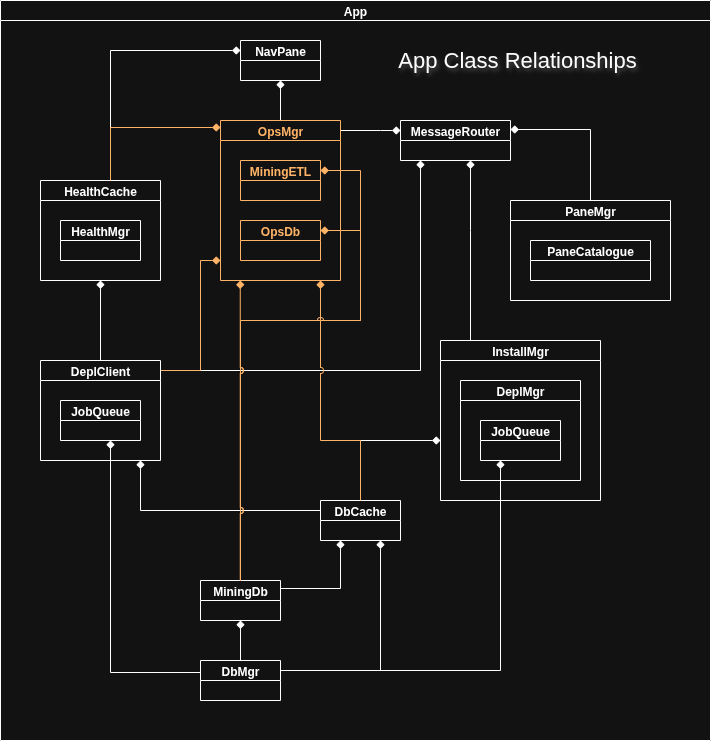
NadimGhaznavi/Db4E keeps this draw.io diagram as images/App-Relationships.png. Above is the earlier version. Source tidied: cells renumbered, new cells last; positions are measured from the earlier drawing's top-left corner, leaving out a move shared by most shapes.
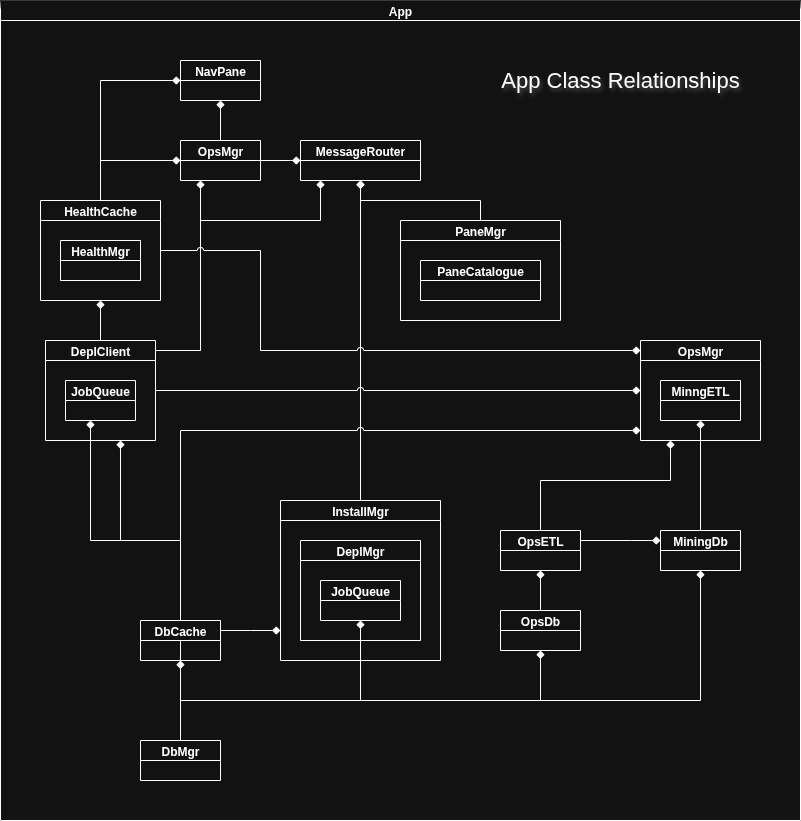
The same diagram one commit later.

Change to the diagram source:
```diff
@@ -2,108 +2,97 @@
   <root>
     <mxCell id="0" />
     <mxCell id="1" parent="0" />
-    <mxCell id="2" value="App" style="swimlane;startSize=20;" parent="1" vertex="1">
-      <mxGeometry width="710" height="740" as="geometry" />
+    <mxCell id="2" value="App" style="swimlane;startSize=20;glass=1;" parent="1" vertex="1">
+      <mxGeometry width="800" height="820" as="geometry" />
     </mxCell>
     <mxCell id="3" style="rounded=0;jettySize=auto;html=1;startArrow=diamond;startFill=1;endArrow=none;endFill=0;edgeStyle=orthogonalEdgeStyle;" parent="2" edge="1" source="28" target="8">
-      <mxGeometry relative="1" as="geometry">
-        <Array as="points">
-          <mxPoint x="470" y="230" />
-          <mxPoint x="470" y="230" />
-        </Array>
-      </mxGeometry>
+      <mxGeometry relative="1" as="geometry" />
     </mxCell>
-    <mxCell id="4" style="rounded=0;jettySize=auto;html=1;startArrow=diamond;startFill=1;endArrow=none;endFill=0;edgeStyle=orthogonalEdgeStyle;" parent="2" edge="1" source="11" target="12">
-      <mxGeometry relative="1" as="geometry" />
-    </mxCell>
-    <mxCell id="5" style="rounded=0;jettySize=auto;html=1;startArrow=diamond;startFill=1;endArrow=none;endFill=0;edgeStyle=orthogonalEdgeStyle;" parent="2" edge="1" source="28" target="12">
-      <mxGeometry relative="1" as="geometry">
-        <Array as="points">
-          <mxPoint x="380" y="130" />
-          <mxPoint x="380" y="130" />
-        </Array>
-      </mxGeometry>
-    </mxCell>
+    <mxCell id="41" style="rounded=0;jettySize=auto;html=1;startArrow=diamond;startFill=1;endArrow=none;endFill=0;edgeStyle=orthogonalEdgeStyle;" parent="2" edge="1" source="11" target="44">
+      <mxGeometry relative="1" as="geometry" />
+    </mxCell>
+    <mxCell id="42" style="rounded=0;jettySize=auto;html=1;startArrow=diamond;startFill=1;endArrow=none;endFill=0;edgeStyle=orthogonalEdgeStyle;" parent="2" edge="1" source="28" target="44">
+      <mxGeometry relative="1" as="geometry">
+        <Array as="points">
+          <mxPoint x="290" y="160" />
+          <mxPoint x="290" y="160" />
+        </Array>
+      </mxGeometry>
+    </mxCell>
     <mxCell id="6" style="rounded=0;jettySize=auto;html=1;startArrow=diamond;startFill=1;endArrow=none;endFill=0;edgeStyle=orthogonalEdgeStyle;" parent="2" edge="1" source="28" target="25">
       <mxGeometry relative="1" as="geometry">
         <Array as="points">
-          <mxPoint x="420" y="370" />
+          <mxPoint x="320" y="220" />
+          <mxPoint x="200" y="220" />
+          <mxPoint x="200" y="350" />
         </Array>
       </mxGeometry>
     </mxCell>
     <mxCell id="7" style="rounded=0;jettySize=auto;html=1;startArrow=diamond;startFill=1;endArrow=none;endFill=0;edgeStyle=orthogonalEdgeStyle;" parent="2" edge="1" source="28" target="29">
-      <mxGeometry relative="1" as="geometry">
-        <Array as="points">
-          <mxPoint x="590" y="129" />
-        </Array>
-      </mxGeometry>
+      <mxGeometry relative="1" as="geometry" />
     </mxCell>
     <mxCell id="8" value="InstallMgr" style="swimlane;startSize=20;" parent="2" vertex="1">
-      <mxGeometry x="440" y="340" width="160" height="160" as="geometry" />
+      <mxGeometry x="280" y="500" width="160" height="160" as="geometry" />
     </mxCell>
     <mxCell id="9" value="DeplMgr" style="swimlane;startSize=20;" parent="8" vertex="1">
       <mxGeometry x="20" y="40" width="120" height="100" as="geometry" />
     </mxCell>
-    <mxCell id="10" value="JobQueue" style="swimlane;startSize=20;" parent="9" vertex="1">
-      <mxGeometry x="20" y="40" width="80" height="40" as="geometry" />
-    </mxCell>
+    <mxCell id="43" value="JobQueue" style="swimlane;startSize=20;" parent="9" vertex="1">
+      <mxGeometry x="20" y="40" width="80" height="40" as="geometry" />
+    </mxCell>
     <mxCell id="11" value="NavPane" style="swimlane;startSize=20;" parent="2" vertex="1">
-      <mxGeometry x="240" y="40" width="80" height="40" as="geometry" />
+      <mxGeometry x="180" y="60" width="80" height="40" as="geometry" />
     </mxCell>
-    <mxCell id="12" value="OpsMgr" style="swimlane;startSize=20;strokeColor=light-dark(#000000,#FFB366);fontColor=light-dark(#000000,#FFB366);" parent="2" vertex="1">
-      <mxGeometry x="220" y="120" width="120" height="160" as="geometry" />
-    </mxCell>
-    <mxCell id="13" value="MiningETL" style="swimlane;startSize=20;strokeColor=light-dark(#000000,#FFB366);fontColor=light-dark(#000000,#FFB366);" parent="12" vertex="1">
-      <mxGeometry x="20" y="40" width="80" height="40" as="geometry" />
-    </mxCell>
-    <mxCell id="14" value="OpsDb" style="swimlane;startSize=20;strokeColor=light-dark(#000000,#FFB366);fontColor=light-dark(#000000,#FFB366);" parent="12" vertex="1">
-      <mxGeometry x="20" y="100" width="80" height="40" as="geometry" />
-    </mxCell>
-    <mxCell id="15" style="rounded=0;jettySize=auto;html=1;startArrow=diamond;startFill=1;endArrow=none;endFill=0;edgeStyle=orthogonalEdgeStyle;" parent="2" edge="1" source="26" target="16">
-      <mxGeometry relative="1" as="geometry">
-        <Array as="points">
-          <mxPoint x="110" y="672" />
-        </Array>
-      </mxGeometry>
-    </mxCell>
+    <mxCell id="44" value="OpsMgr" style="swimlane;startSize=20;" parent="2" vertex="1">
+      <mxGeometry x="180" y="140" width="80" height="40" as="geometry" />
+    </mxCell>
+    <mxCell id="45" style="rounded=0;jettySize=auto;html=1;startArrow=diamond;startFill=1;endArrow=none;endFill=0;edgeStyle=orthogonalEdgeStyle;" parent="2" edge="1" source="49" target="16">
+      <mxGeometry relative="1" as="geometry">
+        <Array as="points">
+          <mxPoint x="90" y="540" />
+          <mxPoint x="180" y="540" />
+        </Array>
+      </mxGeometry>
+    </mxCell>
     <mxCell id="16" value="DbMgr" style="swimlane;startSize=20;" parent="2" vertex="1">
-      <mxGeometry x="200" y="660" width="80" height="40" as="geometry" />
+      <mxGeometry x="140" y="740" width="80" height="40" as="geometry" />
     </mxCell>
-    <mxCell id="17" style="rounded=0;jettySize=auto;html=1;startArrow=diamond;startFill=1;endArrow=none;endFill=0;edgeStyle=orthogonalEdgeStyle;" parent="2" edge="1" source="10" target="16">
-      <mxGeometry relative="1" as="geometry">
-        <Array as="points">
-          <mxPoint x="500" y="670" />
-        </Array>
-      </mxGeometry>
-    </mxCell>
-    <mxCell id="18" style="rounded=0;jettySize=auto;html=1;startArrow=diamond;startFill=1;endArrow=none;endFill=0;edgeStyle=orthogonalEdgeStyle;" parent="2" edge="1" source="19">
-      <mxGeometry relative="1" as="geometry">
-        <mxPoint x="290" y="670" as="targetPoint" />
-        <Array as="points">
-          <mxPoint x="380" y="670" />
-        </Array>
-      </mxGeometry>
-    </mxCell>
+    <mxCell id="46" style="rounded=0;jettySize=auto;html=1;startArrow=diamond;startFill=1;endArrow=none;endFill=0;edgeStyle=orthogonalEdgeStyle;" parent="2" edge="1" source="43" target="16">
+      <mxGeometry relative="1" as="geometry">
+        <Array as="points">
+          <mxPoint x="360" y="700" />
+          <mxPoint x="180" y="700" />
+        </Array>
+      </mxGeometry>
+    </mxCell>
+    <mxCell id="47" style="rounded=0;jettySize=auto;html=1;startArrow=diamond;startFill=1;endArrow=none;endFill=0;edgeStyle=orthogonalEdgeStyle;" parent="2" edge="1" source="19" target="16">
+      <mxGeometry relative="1" as="geometry">
+        <Array as="points">
+          <mxPoint x="180" y="680" />
+          <mxPoint x="180" y="680" />
+        </Array>
+      </mxGeometry>
+    </mxCell>
     <mxCell id="19" value="DbCache" style="swimlane;startSize=20;" parent="2" vertex="1">
-      <mxGeometry x="320" y="500" width="80" height="40" as="geometry" />
+      <mxGeometry x="140" y="620" width="80" height="40" as="geometry" />
     </mxCell>
     <mxCell id="20" style="rounded=0;jettySize=auto;html=1;startArrow=diamond;startFill=1;endArrow=none;endFill=0;edgeStyle=orthogonalEdgeStyle;" parent="2" edge="1" source="25" target="19">
       <mxGeometry relative="1" as="geometry">
         <Array as="points">
-          <mxPoint x="140" y="510" />
+          <mxPoint x="120" y="540" />
+          <mxPoint x="180" y="540" />
         </Array>
       </mxGeometry>
     </mxCell>
-    <mxCell id="21" style="rounded=0;jettySize=auto;html=1;startArrow=diamond;startFill=1;endArrow=none;endFill=0;edgeStyle=orthogonalEdgeStyle;strokeColor=light-dark(#000000,#FFB366);" parent="2" edge="1" source="12" target="25">
-      <mxGeometry relative="1" as="geometry">
-        <Array as="points">
-          <mxPoint x="200" y="260" />
-          <mxPoint x="200" y="370" />
-        </Array>
-      </mxGeometry>
-    </mxCell>
+    <mxCell id="48" style="rounded=0;jettySize=auto;html=1;startArrow=diamond;startFill=1;endArrow=none;endFill=0;edgeStyle=orthogonalEdgeStyle;" parent="2" edge="1" source="44" target="25">
+      <mxGeometry relative="1" as="geometry">
+        <Array as="points">
+          <mxPoint x="200" y="350" />
+        </Array>
+      </mxGeometry>
+    </mxCell>
     <mxCell id="22" value="HealthCache" style="swimlane;startSize=20;" parent="2" vertex="1">
-      <mxGeometry x="40" y="180" width="120" height="100" as="geometry" />
+      <mxGeometry x="40" y="200" width="120" height="100" as="geometry" />
     </mxCell>
     <mxCell id="23" value="HealthMgr" style="swimlane;startSize=20;" parent="22" vertex="1">
       <mxGeometry x="20" y="40" width="80" height="40" as="geometry" />
@@ -112,97 +101,112 @@
       <mxGeometry relative="1" as="geometry" />
     </mxCell>
     <mxCell id="25" value="DeplClient" style="swimlane;startSize=20;" parent="2" vertex="1">
-      <mxGeometry x="40" y="360" width="120" height="100" as="geometry" />
+      <mxGeometry x="45" y="340" width="110" height="100" as="geometry" />
     </mxCell>
-    <mxCell id="26" value="JobQueue" style="swimlane;startSize=20;" parent="25" vertex="1">
-      <mxGeometry x="20" y="40" width="80" height="40" as="geometry" />
-    </mxCell>
+    <mxCell id="49" value="JobQueue" style="swimlane;startSize=20;" parent="25" vertex="1">
+      <mxGeometry x="20" y="40" width="70" height="40" as="geometry" />
+    </mxCell>
     <mxCell id="27" style="rounded=0;jettySize=auto;html=1;startArrow=diamond;startFill=1;endArrow=none;endFill=0;edgeStyle=orthogonalEdgeStyle;" parent="2" edge="1" source="11" target="22">
-      <mxGeometry relative="1" as="geometry">
-        <Array as="points">
-          <mxPoint x="110" y="50" />
-        </Array>
-      </mxGeometry>
+      <mxGeometry relative="1" as="geometry" />
     </mxCell>
     <mxCell id="28" value="MessageRouter" style="swimlane;startSize=20;" parent="2" vertex="1">
-      <mxGeometry x="400" y="120" width="110" height="40" as="geometry" />
+      <mxGeometry x="300" y="140" width="120" height="40" as="geometry" />
     </mxCell>
     <mxCell id="29" value="PaneMgr" style="swimlane;startSize=20;" parent="2" vertex="1">
-      <mxGeometry x="510" y="200" width="160" height="100" as="geometry" />
+      <mxGeometry x="400" y="220" width="160" height="100" as="geometry" />
     </mxCell>
     <mxCell id="30" value="PaneCatalogue" style="swimlane;startSize=20;" parent="29" vertex="1">
       <mxGeometry x="20" y="40" width="120" height="40" as="geometry" />
     </mxCell>
     <mxCell id="31" value="App Class Relationships" style="text;html=1;align=center;verticalAlign=middle;whiteSpace=wrap;rounded=0;textShadow=1;fontSize=22;" parent="2" vertex="1">
-      <mxGeometry x="377" y="45" width="280" height="30" as="geometry" />
+      <mxGeometry x="480" y="65" width="280" height="30" as="geometry" />
     </mxCell>
-    <mxCell id="32" style="rounded=0;jettySize=auto;html=1;startArrow=diamond;startFill=1;endArrow=none;endFill=0;edgeStyle=orthogonalEdgeStyle;strokeColor=light-dark(#000000,#FFB366);" parent="2" edge="1" source="12" target="22">
-      <mxGeometry relative="1" as="geometry">
-        <Array as="points">
-          <mxPoint x="110" y="127" />
-        </Array>
-      </mxGeometry>
-    </mxCell>
+    <mxCell id="50" style="rounded=0;jettySize=auto;html=1;startArrow=diamond;startFill=1;endArrow=none;endFill=0;edgeStyle=orthogonalEdgeStyle;" parent="2" edge="1" source="44" target="22">
+      <mxGeometry relative="1" as="geometry" />
+    </mxCell>
     <mxCell id="33" style="rounded=0;jettySize=auto;html=1;startArrow=diamond;startFill=1;endArrow=none;endFill=0;edgeStyle=orthogonalEdgeStyle;" parent="2" edge="1" source="8" target="19">
       <mxGeometry relative="1" as="geometry">
         <Array as="points">
-          <mxPoint x="360" y="440" />
+          <mxPoint x="250" y="630" />
+          <mxPoint x="250" y="630" />
         </Array>
       </mxGeometry>
     </mxCell>
+    <mxCell id="51" value="OpsMgr" style="swimlane;startSize=20;" parent="2" vertex="1">
+      <mxGeometry x="640" y="340" width="120" height="100" as="geometry" />
+    </mxCell>
+    <mxCell id="52" value="MinngETL" style="swimlane;startSize=20;" parent="51" vertex="1">
+      <mxGeometry x="20" y="40" width="80" height="40" as="geometry" />
+    </mxCell>
+    <mxCell id="53" style="rounded=0;jettySize=auto;html=1;startArrow=diamond;startFill=1;endArrow=none;endFill=0;edgeStyle=orthogonalEdgeStyle;" parent="2" edge="1" source="14" target="16">
+      <mxGeometry relative="1" as="geometry">
+        <Array as="points">
+          <mxPoint x="540" y="700" />
+          <mxPoint x="180" y="700" />
+        </Array>
+      </mxGeometry>
+    </mxCell>
+    <mxCell id="36" value="MiningDb" style="swimlane;startSize=20;" parent="2" vertex="1">
+      <mxGeometry x="660" y="530" width="80" height="40" as="geometry" />
+    </mxCell>
+    <mxCell id="54" style="rounded=0;jettySize=auto;html=1;startArrow=diamond;startFill=1;endArrow=none;endFill=0;edgeStyle=orthogonalEdgeStyle;" parent="2" edge="1" source="52" target="36">
+      <mxGeometry relative="1" as="geometry" />
+    </mxCell>
     <mxCell id="34" style="rounded=0;jettySize=auto;html=1;startArrow=diamond;startFill=1;endArrow=none;endFill=0;edgeStyle=orthogonalEdgeStyle;" parent="2" edge="1" source="36" target="16">
       <mxGeometry relative="1" as="geometry">
         <Array as="points">
-          <mxPoint x="250" y="680" />
-          <mxPoint x="250" y="680" />
+          <mxPoint x="700" y="700" />
+          <mxPoint x="180" y="700" />
         </Array>
       </mxGeometry>
     </mxCell>
-    <mxCell id="35" style="rounded=0;jettySize=auto;html=1;startArrow=diamond;startFill=1;endArrow=none;endFill=0;edgeStyle=orthogonalEdgeStyle;jumpStyle=arc;strokeColor=light-dark(#000000,#FFB366);" parent="2" edge="1" source="12" target="19">
-      <mxGeometry relative="1" as="geometry">
-        <Array as="points">
-          <mxPoint x="320" y="440" />
-          <mxPoint x="360" y="440" />
-        </Array>
-      </mxGeometry>
-    </mxCell>
-    <mxCell id="36" value="MiningDb" style="swimlane;startSize=20;" parent="2" vertex="1">
-      <mxGeometry x="200" y="580" width="80" height="40" as="geometry" />
-    </mxCell>
-    <mxCell id="37" style="rounded=0;jettySize=auto;html=1;startArrow=diamond;startFill=1;endArrow=none;endFill=0;edgeStyle=orthogonalEdgeStyle;jumpStyle=arc;strokeColor=light-dark(#000000,#FFB366);" parent="2" edge="1" source="13" target="36">
-      <mxGeometry relative="1" as="geometry">
-        <Array as="points">
-          <mxPoint x="360" y="170" />
-          <mxPoint x="360" y="320" />
-          <mxPoint x="240" y="320" />
-        </Array>
-      </mxGeometry>
-    </mxCell>
-    <mxCell id="38" style="rounded=0;jettySize=auto;html=1;startArrow=diamond;startFill=1;endArrow=none;endFill=0;edgeStyle=orthogonalEdgeStyle;" parent="2" edge="1" source="19" target="36">
-      <mxGeometry relative="1" as="geometry">
-        <Array as="points">
-          <mxPoint x="340" y="588" />
-        </Array>
-      </mxGeometry>
-    </mxCell>
-    <mxCell id="39" style="rounded=0;orthogonalLoop=1;jettySize=auto;html=1;startArrow=diamond;startFill=1;endArrow=none;endFill=0;edgeStyle=orthogonalEdgeStyle;jumpStyle=arc;strokeColor=light-dark(#000000,#FFB366);" parent="2" edge="1">
-      <mxGeometry relative="1" as="geometry">
-        <mxPoint x="239.8" y="280" as="sourcePoint" />
-        <mxPoint x="239.8" y="580" as="targetPoint" />
-        <Array as="points">
-          <mxPoint x="239.8" y="430" />
-          <mxPoint x="239.8" y="430" />
-        </Array>
-      </mxGeometry>
-    </mxCell>
-    <mxCell id="40" style="rounded=0;jettySize=auto;html=1;startArrow=diamond;startFill=1;endArrow=none;endFill=0;edgeStyle=orthogonalEdgeStyle;strokeColor=light-dark(#000000,#FFB366);" parent="2" edge="1" source="14" target="36">
-      <mxGeometry relative="1" as="geometry">
-        <Array as="points">
-          <mxPoint x="360" y="230" />
-          <mxPoint x="360" y="320" />
-          <mxPoint x="240" y="320" />
-        </Array>
-      </mxGeometry>
-    </mxCell>
+    <mxCell id="14" value="OpsDb" style="swimlane;startSize=20;" parent="2" vertex="1">
+      <mxGeometry x="500" y="610" width="80" height="40" as="geometry" />
+    </mxCell>
+    <mxCell id="55" value="OpsETL" style="swimlane;startSize=20;" parent="2" vertex="1">
+      <mxGeometry x="500" y="530" width="80" height="40" as="geometry" />
+    </mxCell>
+    <mxCell id="56" style="rounded=0;jettySize=auto;html=1;startArrow=diamond;startFill=1;endArrow=none;endFill=0;edgeStyle=orthogonalEdgeStyle;" parent="2" edge="1" source="55" target="14">
+      <mxGeometry relative="1" as="geometry" />
+    </mxCell>
+    <mxCell id="57" style="rounded=0;jettySize=auto;html=1;startArrow=diamond;startFill=1;endArrow=none;endFill=0;edgeStyle=orthogonalEdgeStyle;jumpStyle=arc;" parent="2" edge="1" source="51" target="22">
+      <mxGeometry relative="1" as="geometry">
+        <Array as="points">
+          <mxPoint x="260" y="350" />
+          <mxPoint x="260" y="250" />
+        </Array>
+      </mxGeometry>
+    </mxCell>
+    <mxCell id="58" style="rounded=0;jettySize=auto;html=1;startArrow=diamond;startFill=1;endArrow=none;endFill=0;edgeStyle=orthogonalEdgeStyle;jumpStyle=arc;" parent="2" edge="1" source="51" target="25">
+      <mxGeometry relative="1" as="geometry">
+        <Array as="points">
+          <mxPoint x="400" y="390" />
+          <mxPoint x="400" y="390" />
+        </Array>
+      </mxGeometry>
+    </mxCell>
+    <mxCell id="59" style="rounded=0;jettySize=auto;html=1;startArrow=diamond;startFill=1;endArrow=none;endFill=0;edgeStyle=orthogonalEdgeStyle;jumpStyle=arc;" parent="2" edge="1" source="51" target="19">
+      <mxGeometry relative="1" as="geometry">
+        <Array as="points">
+          <mxPoint x="180" y="430" />
+        </Array>
+      </mxGeometry>
+    </mxCell>
+    <mxCell id="60" style="rounded=0;jettySize=auto;html=1;startArrow=diamond;startFill=1;endArrow=none;endFill=0;edgeStyle=orthogonalEdgeStyle;" parent="2" edge="1" source="51" target="55">
+      <mxGeometry relative="1" as="geometry">
+        <Array as="points">
+          <mxPoint x="670" y="480" />
+          <mxPoint x="540" y="480" />
+        </Array>
+      </mxGeometry>
+    </mxCell>
+    <mxCell id="61" style="rounded=0;jettySize=auto;html=1;startArrow=diamond;startFill=1;endArrow=none;endFill=0;edgeStyle=orthogonalEdgeStyle;" parent="2" edge="1" source="36" target="55">
+      <mxGeometry relative="1" as="geometry">
+        <Array as="points">
+          <mxPoint x="630" y="540" />
+          <mxPoint x="630" y="540" />
+        </Array>
+      </mxGeometry>
+    </mxCell>
   </root>
 </mxGraphModel>
```
